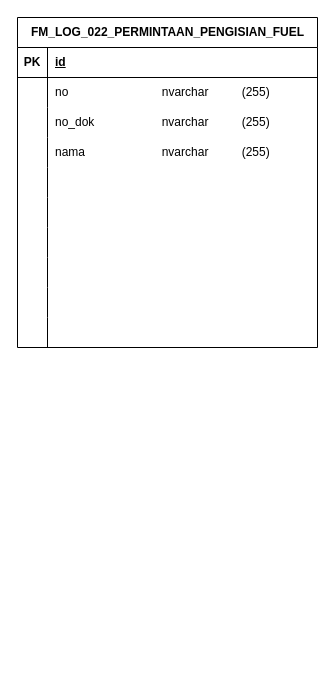
Before: ERD/ERD_FM_LOG_022_PERMINTAAN_PENGISIAN_FUEL.drawio in chandrabuwana/smart-form, a draw.io diagram. Source tidied: cells renumbered, new cells numbered last; positions are measured from the earlier drawing's top-left corner, leaving out a move shared by most shapes. Both pictures are drawn from the tidied source at 100%, with x=0, y=0 at pixel (17, 17).
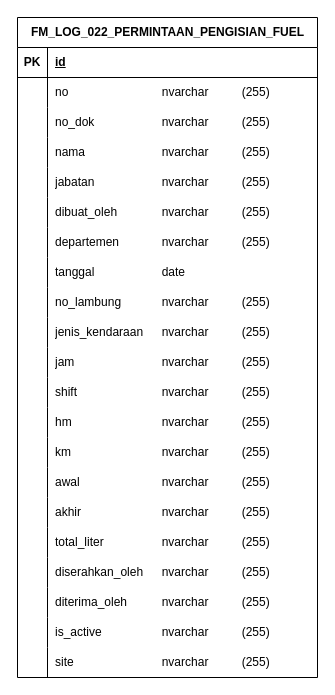
The same page after the edit.

The change refers to these unchanged cells:
```xml
<mxCell id="15" style="shape=tableRow;horizontal=0;startSize=0;swimlaneHead=0;swimlaneBody=0;fillColor=none;top=0;left=0;right=0;bottom=0;" parent="2" vertex="1">
  <mxGeometry y="150" width="300" height="30" as="geometry" />
</mxCell>
<mxCell id="18" style="shape=tableRow;horizontal=0;startSize=0;swimlaneHead=0;swimlaneBody=0;fillColor=none;top=0;left=0;right=0;bottom=0;" parent="2" vertex="1">
  <mxGeometry y="180" width="300" height="30" as="geometry" />
</mxCell>
<mxCell id="21" style="shape=tableRow;horizontal=0;startSize=0;swimlaneHead=0;swimlaneBody=0;fillColor=none;top=0;left=0;right=0;bottom=0;" parent="2" vertex="1">
  <mxGeometry y="210" width="300" height="30" as="geometry" />
</mxCell>
<mxCell id="24" style="shape=tableRow;horizontal=0;startSize=0;swimlaneHead=0;swimlaneBody=0;fillColor=none;top=0;left=0;right=0;bottom=0;" parent="2" vertex="1">
  <mxGeometry y="240" width="300" height="30" as="geometry" />
</mxCell>
<mxCell id="27" style="shape=tableRow;horizontal=0;startSize=0;swimlaneHead=0;swimlaneBody=0;fillColor=none;top=0;left=0;right=0;bottom=0;" parent="2" vertex="1">
  <mxGeometry y="270" width="300" height="30" as="geometry" />
</mxCell>
<mxCell id="30" style="shape=tableRow;horizontal=0;startSize=0;swimlaneHead=0;swimlaneBody=0;fillColor=none;top=0;left=0;right=0;bottom=0;" parent="2" vertex="1">
  <mxGeometry y="300" width="300" height="30" as="geometry" />
</mxCell>
```

Change to the diagram source:
```diff
@@
     <mxCell id="2" value="FM_LOG_022_PERMINTAAN_PENGISIAN_FUEL" style="shape=table;startSize=30;childLayout=tableLayout;rowLines=0;fontStyle=1;align=center;html=1;" parent="1" vertex="1">
-      <mxGeometry width="300" height="330" as="geometry" />
+      <mxGeometry width="300" height="660" as="geometry" />
     </mxCell>
@@
-    <mxCell id="17" style="shape=partialRectangle;fillColor=none;top=0;left=0;bottom=0;right=0;align=left;spacingLeft=6;overflow=hidden;whiteSpace=wrap;html=1;" parent="15" vertex="1">
+    <mxCell id="17" value="jabatan&lt;span style=&quot;white-space: pre;&quot;&gt;&#9;&lt;/span&gt;&lt;span style=&quot;white-space: pre;&quot;&gt;&#9;&lt;/span&gt;&lt;span style=&quot;white-space: pre;&quot;&gt;&#9;&lt;/span&gt;nvarchar&lt;span style=&quot;white-space: pre;&quot;&gt;&#9;&lt;/span&gt;&lt;span style=&quot;white-space: pre;&quot;&gt;&#9;&lt;/span&gt;(255)" style="shape=partialRectangle;fillColor=none;top=0;left=0;bottom=0;right=0;align=left;spacingLeft=6;overflow=hidden;whiteSpace=wrap;html=1;" parent="15" vertex="1">
       <mxGeometry x="30" width="270" height="30" as="geometry" />
     </mxCell>
@@
-    <mxCell id="20" style="shape=partialRectangle;fillColor=none;top=0;left=0;bottom=0;right=0;align=left;spacingLeft=6;overflow=hidden;whiteSpace=wrap;html=1;" parent="18" vertex="1">
+    <mxCell id="20" value="dibuat_oleh&lt;span style=&quot;white-space: pre;&quot;&gt;&#9;&lt;/span&gt;&lt;span style=&quot;white-space: pre;&quot;&gt;&#9;&lt;/span&gt;nvarchar&lt;span style=&quot;white-space: pre;&quot;&gt;&#9;&lt;/span&gt;&lt;span style=&quot;white-space: pre;&quot;&gt;&#9;&lt;/span&gt;(255)" style="shape=partialRectangle;fillColor=none;top=0;left=0;bottom=0;right=0;align=left;spacingLeft=6;overflow=hidden;whiteSpace=wrap;html=1;" parent="18" vertex="1">
       <mxGeometry x="30" width="270" height="30" as="geometry" />
     </mxCell>
@@
-    <mxCell id="23" style="shape=partialRectangle;fillColor=none;top=0;left=0;bottom=0;right=0;align=left;spacingLeft=6;overflow=hidden;whiteSpace=wrap;html=1;" parent="21" vertex="1">
+    <mxCell id="23" value="departemen&lt;span style=&quot;white-space: pre;&quot;&gt;&#9;&lt;/span&gt;&lt;span style=&quot;white-space: pre;&quot;&gt;&#9;&lt;/span&gt;nvarchar&lt;span style=&quot;white-space: pre;&quot;&gt;&#9;&lt;/span&gt;&lt;span style=&quot;white-space: pre;&quot;&gt;&#9;&lt;/span&gt;(255)" style="shape=partialRectangle;fillColor=none;top=0;left=0;bottom=0;right=0;align=left;spacingLeft=6;overflow=hidden;whiteSpace=wrap;html=1;" parent="21" vertex="1">
       <mxGeometry x="30" width="270" height="30" as="geometry" />
     </mxCell>
@@
-    <mxCell id="26" style="shape=partialRectangle;fillColor=none;top=0;left=0;bottom=0;right=0;align=left;spacingLeft=6;overflow=hidden;whiteSpace=wrap;html=1;" parent="24" vertex="1">
+    <mxCell id="26" value="tanggal&lt;span style=&quot;white-space: pre;&quot;&gt;&#9;&lt;/span&gt;&lt;span style=&quot;white-space: pre;&quot;&gt;&#9;&lt;/span&gt;&lt;span style=&quot;white-space: pre;&quot;&gt;&#9;&lt;/span&gt;date" style="shape=partialRectangle;fillColor=none;top=0;left=0;bottom=0;right=0;align=left;spacingLeft=6;overflow=hidden;whiteSpace=wrap;html=1;" parent="24" vertex="1">
       <mxGeometry x="30" width="270" height="30" as="geometry" />
     </mxCell>
@@
-    <mxCell id="29" style="shape=partialRectangle;fillColor=none;top=0;left=0;bottom=0;right=0;align=left;spacingLeft=6;overflow=hidden;whiteSpace=wrap;html=1;" parent="27" vertex="1">
+    <mxCell id="29" value="no_lambung&lt;span style=&quot;white-space: pre;&quot;&gt;&#9;&lt;/span&gt;&lt;span style=&quot;white-space: pre;&quot;&gt;&#9;&lt;/span&gt;nvarchar&lt;span style=&quot;white-space: pre;&quot;&gt;&#9;&lt;span style=&quot;white-space: pre;&quot;&gt;&#9;&lt;/span&gt;(255)&lt;/span&gt;" style="shape=partialRectangle;fillColor=none;top=0;left=0;bottom=0;right=0;align=left;spacingLeft=6;overflow=hidden;whiteSpace=wrap;html=1;" parent="27" vertex="1">
       <mxGeometry x="30" width="270" height="30" as="geometry" />
     </mxCell>
@@
-    <mxCell id="32" style="shape=partialRectangle;fillColor=none;top=0;left=0;bottom=0;right=0;align=left;spacingLeft=6;overflow=hidden;whiteSpace=wrap;html=1;" parent="30" vertex="1">
+    <mxCell id="32" value="jenis_kendaraan&lt;span style=&quot;white-space: pre;&quot;&gt;&#9;&lt;/span&gt;nvarchar&lt;span style=&quot;white-space: pre;&quot;&gt;&#9;&lt;span style=&quot;white-space: pre;&quot;&gt;&#9;&lt;/span&gt;(255)&lt;/span&gt;" style="shape=partialRectangle;fillColor=none;top=0;left=0;bottom=0;right=0;align=left;spacingLeft=6;overflow=hidden;whiteSpace=wrap;html=1;" parent="30" vertex="1">
       <mxGeometry x="30" width="270" height="30" as="geometry" />
     </mxCell>
+    <mxCell id="33" style="shape=tableRow;horizontal=0;startSize=0;swimlaneHead=0;swimlaneBody=0;fillColor=none;top=0;left=0;right=0;bottom=0;" parent="2" vertex="1">
+      <mxGeometry y="330" width="300" height="30" as="geometry" />
+    </mxCell>
+    <mxCell id="34" style="shape=partialRectangle;fillColor=none;top=0;left=0;bottom=0;right=0;overflow=hidden;whiteSpace=wrap;html=1;" parent="33" vertex="1">
+      <mxGeometry width="30" height="30" as="geometry" />
+    </mxCell>
+    <mxCell id="35" value="jam&lt;span style=&quot;white-space: pre;&quot;&gt;&#9;&lt;/span&gt;&lt;span style=&quot;white-space: pre;&quot;&gt;&#9;&lt;/span&gt;&lt;span style=&quot;white-space: pre;&quot;&gt;&#9;&lt;/span&gt;&lt;span style=&quot;white-space: pre;&quot;&gt;&#9;&lt;/span&gt;nvarchar&lt;span style=&quot;white-space: pre;&quot;&gt;&#9;&lt;/span&gt;&lt;span style=&quot;white-space: pre;&quot;&gt;&#9;&lt;/span&gt;(255)" style="shape=partialRectangle;fillColor=none;top=0;left=0;bottom=0;right=0;align=left;spacingLeft=6;overflow=hidden;whiteSpace=wrap;html=1;" parent="33" vertex="1">
+      <mxGeometry x="30" width="270" height="30" as="geometry" />
+    </mxCell>
+    <mxCell id="36" style="shape=tableRow;horizontal=0;startSize=0;swimlaneHead=0;swimlaneBody=0;fillColor=none;top=0;left=0;right=0;bottom=0;" parent="2" vertex="1">
+      <mxGeometry y="360" width="300" height="30" as="geometry" />
+    </mxCell>
+    <mxCell id="37" style="shape=partialRectangle;fillColor=none;top=0;left=0;bottom=0;right=0;overflow=hidden;whiteSpace=wrap;html=1;" parent="36" vertex="1">
+      <mxGeometry width="30" height="30" as="geometry" />
+    </mxCell>
+    <mxCell id="38" value="shift&lt;span style=&quot;white-space: pre;&quot;&gt;&#9;&lt;/span&gt;&lt;span style=&quot;white-space: pre;&quot;&gt;&#9;&lt;/span&gt;&lt;span style=&quot;white-space: pre;&quot;&gt;&#9;&lt;/span&gt;&lt;span style=&quot;white-space: pre;&quot;&gt;&#9;&lt;/span&gt;nvarchar&lt;span style=&quot;white-space: pre;&quot;&gt;&#9;&lt;/span&gt;&lt;span style=&quot;white-space: pre;&quot;&gt;&#9;&lt;/span&gt;(255)" style="shape=partialRectangle;fillColor=none;top=0;left=0;bottom=0;right=0;align=left;spacingLeft=6;overflow=hidden;whiteSpace=wrap;html=1;" parent="36" vertex="1">
+      <mxGeometry x="30" width="270" height="30" as="geometry" />
+    </mxCell>
+    <mxCell id="39" style="shape=tableRow;horizontal=0;startSize=0;swimlaneHead=0;swimlaneBody=0;fillColor=none;top=0;left=0;right=0;bottom=0;" parent="2" vertex="1">
+      <mxGeometry y="390" width="300" height="30" as="geometry" />
+    </mxCell>
+    <mxCell id="40" style="shape=partialRectangle;fillColor=none;top=0;left=0;bottom=0;right=0;overflow=hidden;whiteSpace=wrap;html=1;" parent="39" vertex="1">
+      <mxGeometry width="30" height="30" as="geometry" />
+    </mxCell>
+    <mxCell id="41" value="hm&lt;span style=&quot;white-space: pre;&quot;&gt;&#9;&lt;/span&gt;&lt;span style=&quot;white-space: pre;&quot;&gt;&#9;&lt;/span&gt;&lt;span style=&quot;white-space: pre;&quot;&gt;&#9;&lt;/span&gt;&lt;span style=&quot;white-space: pre;&quot;&gt;&#9;&lt;/span&gt;nvarchar&lt;span style=&quot;white-space: pre;&quot;&gt;&#9;&lt;/span&gt;&lt;span style=&quot;white-space: pre;&quot;&gt;&#9;&lt;/span&gt;(255)" style="shape=partialRectangle;fillColor=none;top=0;left=0;bottom=0;right=0;align=left;spacingLeft=6;overflow=hidden;whiteSpace=wrap;html=1;" parent="39" vertex="1">
+      <mxGeometry x="30" width="270" height="30" as="geometry" />
+    </mxCell>
+    <mxCell id="42" style="shape=tableRow;horizontal=0;startSize=0;swimlaneHead=0;swimlaneBody=0;fillColor=none;top=0;left=0;right=0;bottom=0;" parent="2" vertex="1">
+      <mxGeometry y="420" width="300" height="30" as="geometry" />
+    </mxCell>
+    <mxCell id="43" style="shape=partialRectangle;fillColor=none;top=0;left=0;bottom=0;right=0;overflow=hidden;whiteSpace=wrap;html=1;" parent="42" vertex="1">
+      <mxGeometry width="30" height="30" as="geometry" />
+    </mxCell>
+    <mxCell id="44" value="km&lt;span style=&quot;white-space: pre;&quot;&gt;&#9;&lt;/span&gt;&lt;span style=&quot;white-space: pre;&quot;&gt;&#9;&lt;/span&gt;&lt;span style=&quot;white-space: pre;&quot;&gt;&#9;&lt;/span&gt;&lt;span style=&quot;white-space: pre;&quot;&gt;&#9;&lt;/span&gt;nvarchar&lt;span style=&quot;white-space: pre;&quot;&gt;&#9;&lt;/span&gt;&lt;span style=&quot;white-space: pre;&quot;&gt;&#9;&lt;/span&gt;(255)" style="shape=partialRectangle;fillColor=none;top=0;left=0;bottom=0;right=0;align=left;spacingLeft=6;overflow=hidden;whiteSpace=wrap;html=1;" parent="42" vertex="1">
+      <mxGeometry x="30" width="270" height="30" as="geometry" />
+    </mxCell>
+    <mxCell id="45" style="shape=tableRow;horizontal=0;startSize=0;swimlaneHead=0;swimlaneBody=0;fillColor=none;top=0;left=0;right=0;bottom=0;" parent="2" vertex="1">
+      <mxGeometry y="450" width="300" height="30" as="geometry" />
+    </mxCell>
+    <mxCell id="46" style="shape=partialRectangle;fillColor=none;top=0;left=0;bottom=0;right=0;overflow=hidden;whiteSpace=wrap;html=1;" parent="45" vertex="1">
+      <mxGeometry width="30" height="30" as="geometry" />
+    </mxCell>
+    <mxCell id="47" value="awal&lt;span style=&quot;white-space: pre;&quot;&gt;&#9;&lt;/span&gt;&lt;span style=&quot;white-space: pre;&quot;&gt;&#9;&lt;/span&gt;&lt;span style=&quot;white-space: pre;&quot;&gt;&#9;&lt;/span&gt;&lt;span style=&quot;white-space: pre;&quot;&gt;&#9;&lt;/span&gt;nvarchar&lt;span style=&quot;white-space: pre;&quot;&gt;&#9;&lt;/span&gt;&lt;span style=&quot;white-space: pre;&quot;&gt;&#9;&lt;/span&gt;(255)" style="shape=partialRectangle;fillColor=none;top=0;left=0;bottom=0;right=0;align=left;spacingLeft=6;overflow=hidden;whiteSpace=wrap;html=1;" parent="45" vertex="1">
+      <mxGeometry x="30" width="270" height="30" as="geometry" />
+    </mxCell>
+    <mxCell id="48" style="shape=tableRow;horizontal=0;startSize=0;swimlaneHead=0;swimlaneBody=0;fillColor=none;top=0;left=0;right=0;bottom=0;" parent="2" vertex="1">
+      <mxGeometry y="480" width="300" height="30" as="geometry" />
+    </mxCell>
+    <mxCell id="49" style="shape=partialRectangle;fillColor=none;top=0;left=0;bottom=0;right=0;overflow=hidden;whiteSpace=wrap;html=1;" parent="48" vertex="1">
+      <mxGeometry width="30" height="30" as="geometry" />
+    </mxCell>
+    <mxCell id="50" value="akhir&lt;span style=&quot;white-space: pre;&quot;&gt;&#9;&lt;/span&gt;&lt;span style=&quot;white-space: pre;&quot;&gt;&#9;&lt;/span&gt;&lt;span style=&quot;white-space: pre;&quot;&gt;&#9;&lt;/span&gt;nvarchar&lt;span style=&quot;white-space: pre;&quot;&gt;&#9;&lt;/span&gt;&lt;span style=&quot;white-space: pre;&quot;&gt;&#9;&lt;/span&gt;(255)" style="shape=partialRectangle;fillColor=none;top=0;left=0;bottom=0;right=0;align=left;spacingLeft=6;overflow=hidden;whiteSpace=wrap;html=1;" parent="48" vertex="1">
+      <mxGeometry x="30" width="270" height="30" as="geometry" />
+    </mxCell>
+    <mxCell id="51" style="shape=tableRow;horizontal=0;startSize=0;swimlaneHead=0;swimlaneBody=0;fillColor=none;top=0;left=0;right=0;bottom=0;" parent="2" vertex="1">
+      <mxGeometry y="510" width="300" height="30" as="geometry" />
+    </mxCell>
+    <mxCell id="52" style="shape=partialRectangle;fillColor=none;top=0;left=0;bottom=0;right=0;overflow=hidden;whiteSpace=wrap;html=1;" parent="51" vertex="1">
+      <mxGeometry width="30" height="30" as="geometry" />
+    </mxCell>
+    <mxCell id="53" value="total_liter&lt;span style=&quot;white-space: pre;&quot;&gt;&#9;&lt;/span&gt;&lt;span style=&quot;white-space: pre;&quot;&gt;&#9;&lt;/span&gt;&lt;span style=&quot;white-space: pre;&quot;&gt;&#9;&lt;/span&gt;nvarchar&lt;span style=&quot;white-space: pre;&quot;&gt;&#9;&lt;/span&gt;&lt;span style=&quot;white-space: pre;&quot;&gt;&#9;&lt;/span&gt;(255)" style="shape=partialRectangle;fillColor=none;top=0;left=0;bottom=0;right=0;align=left;spacingLeft=6;overflow=hidden;whiteSpace=wrap;html=1;" parent="51" vertex="1">
+      <mxGeometry x="30" width="270" height="30" as="geometry" />
+    </mxCell>
+    <mxCell id="54" style="shape=tableRow;horizontal=0;startSize=0;swimlaneHead=0;swimlaneBody=0;fillColor=none;top=0;left=0;right=0;bottom=0;" parent="2" vertex="1">
+      <mxGeometry y="540" width="300" height="30" as="geometry" />
+    </mxCell>
+    <mxCell id="55" style="shape=partialRectangle;fillColor=none;top=0;left=0;bottom=0;right=0;overflow=hidden;whiteSpace=wrap;html=1;" parent="54" vertex="1">
+      <mxGeometry width="30" height="30" as="geometry" />
+    </mxCell>
+    <mxCell id="56" value="diserahkan_oleh&lt;span style=&quot;white-space: pre;&quot;&gt;&#9;&lt;/span&gt;nvarchar&lt;span style=&quot;white-space: pre;&quot;&gt;&#9;&lt;/span&gt;&lt;span style=&quot;white-space: pre;&quot;&gt;&#9;&lt;/span&gt;(255)" style="shape=partialRectangle;fillColor=none;top=0;left=0;bottom=0;right=0;align=left;spacingLeft=6;overflow=hidden;whiteSpace=wrap;html=1;" parent="54" vertex="1">
+      <mxGeometry x="30" width="270" height="30" as="geometry" />
+    </mxCell>
+    <mxCell id="57" style="shape=tableRow;horizontal=0;startSize=0;swimlaneHead=0;swimlaneBody=0;fillColor=none;top=0;left=0;right=0;bottom=0;" parent="2" vertex="1">
+      <mxGeometry y="570" width="300" height="30" as="geometry" />
+    </mxCell>
+    <mxCell id="58" style="shape=partialRectangle;fillColor=none;top=0;left=0;bottom=0;right=0;overflow=hidden;whiteSpace=wrap;html=1;" parent="57" vertex="1">
+      <mxGeometry width="30" height="30" as="geometry" />
+    </mxCell>
+    <mxCell id="59" value="diterima_oleh&lt;span style=&quot;white-space: pre;&quot;&gt;&#9;&lt;/span&gt;&lt;span style=&quot;white-space: pre;&quot;&gt;&#9;&lt;/span&gt;nvarchar&lt;span style=&quot;white-space: pre;&quot;&gt;&#9;&lt;/span&gt;&lt;span style=&quot;white-space: pre;&quot;&gt;&#9;&lt;/span&gt;(255)" style="shape=partialRectangle;fillColor=none;top=0;left=0;bottom=0;right=0;align=left;spacingLeft=6;overflow=hidden;whiteSpace=wrap;html=1;" parent="57" vertex="1">
+      <mxGeometry x="30" width="270" height="30" as="geometry" />
+    </mxCell>
+    <mxCell id="60" style="shape=tableRow;horizontal=0;startSize=0;swimlaneHead=0;swimlaneBody=0;fillColor=none;top=0;left=0;right=0;bottom=0;" parent="2" vertex="1">
+      <mxGeometry y="600" width="300" height="30" as="geometry" />
+    </mxCell>
+    <mxCell id="61" style="shape=partialRectangle;fillColor=none;top=0;left=0;bottom=0;right=0;overflow=hidden;whiteSpace=wrap;html=1;" parent="60" vertex="1">
+      <mxGeometry width="30" height="30" as="geometry" />
+    </mxCell>
+    <mxCell id="62" value="is_active&lt;span style=&quot;white-space: pre;&quot;&gt;&#9;&lt;/span&gt;&lt;span style=&quot;white-space: pre;&quot;&gt;&#9;&lt;/span&gt;&lt;span style=&quot;white-space: pre;&quot;&gt;&#9;&lt;/span&gt;nvarchar&lt;span style=&quot;white-space: pre;&quot;&gt;&#9;&lt;/span&gt;&lt;span style=&quot;white-space: pre;&quot;&gt;&#9;&lt;/span&gt;(255)" style="shape=partialRectangle;fillColor=none;top=0;left=0;bottom=0;right=0;align=left;spacingLeft=6;overflow=hidden;whiteSpace=wrap;html=1;" parent="60" vertex="1">
+      <mxGeometry x="30" width="270" height="30" as="geometry" />
+    </mxCell>
+    <mxCell id="63" style="shape=tableRow;horizontal=0;startSize=0;swimlaneHead=0;swimlaneBody=0;fillColor=none;top=0;left=0;right=0;bottom=0;" parent="2" vertex="1">
+      <mxGeometry y="630" width="300" height="30" as="geometry" />
+    </mxCell>
+    <mxCell id="64" style="shape=partialRectangle;fillColor=none;top=0;left=0;bottom=0;right=0;overflow=hidden;whiteSpace=wrap;html=1;" parent="63" vertex="1">
+      <mxGeometry width="30" height="30" as="geometry" />
+    </mxCell>
+    <mxCell id="65" value="site&lt;span style=&quot;white-space: pre;&quot;&gt;&#9;&lt;/span&gt;&lt;span style=&quot;white-space: pre;&quot;&gt;&#9;&lt;/span&gt;&lt;span style=&quot;white-space: pre;&quot;&gt;&#9;&lt;/span&gt;&lt;span style=&quot;white-space: pre;&quot;&gt;&#9;&lt;/span&gt;nvarchar&lt;span style=&quot;white-space: pre;&quot;&gt;&#9;&lt;/span&gt;&lt;span style=&quot;white-space: pre;&quot;&gt;&#9;&lt;/span&gt;(255)" style="shape=partialRectangle;fillColor=none;top=0;left=0;bottom=0;right=0;align=left;spacingLeft=6;overflow=hidden;whiteSpace=wrap;html=1;" parent="63" vertex="1">
+      <mxGeometry x="30" width="270" height="30" as="geometry" />
+    </mxCell>
```
